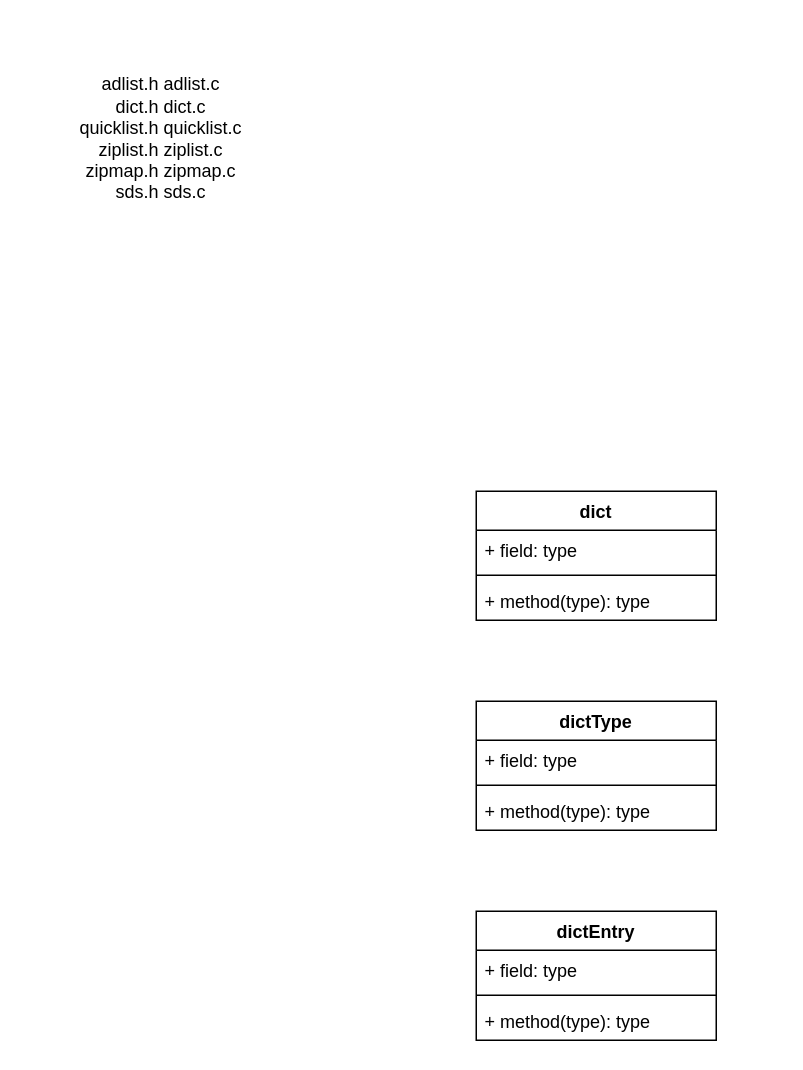
Before: page "ds & object" (3 of 7) of redis.drawio in tadsimons/draw, a draw.io diagram. Source tidied: cells renumbered, new cells numbered last; positions are measured from the earlier drawing's top-left corner, leaving out a move shared by most shapes. Both pictures are drawn from the tidied source at 150%, with x=0, y=0 at pixel (26, 26).
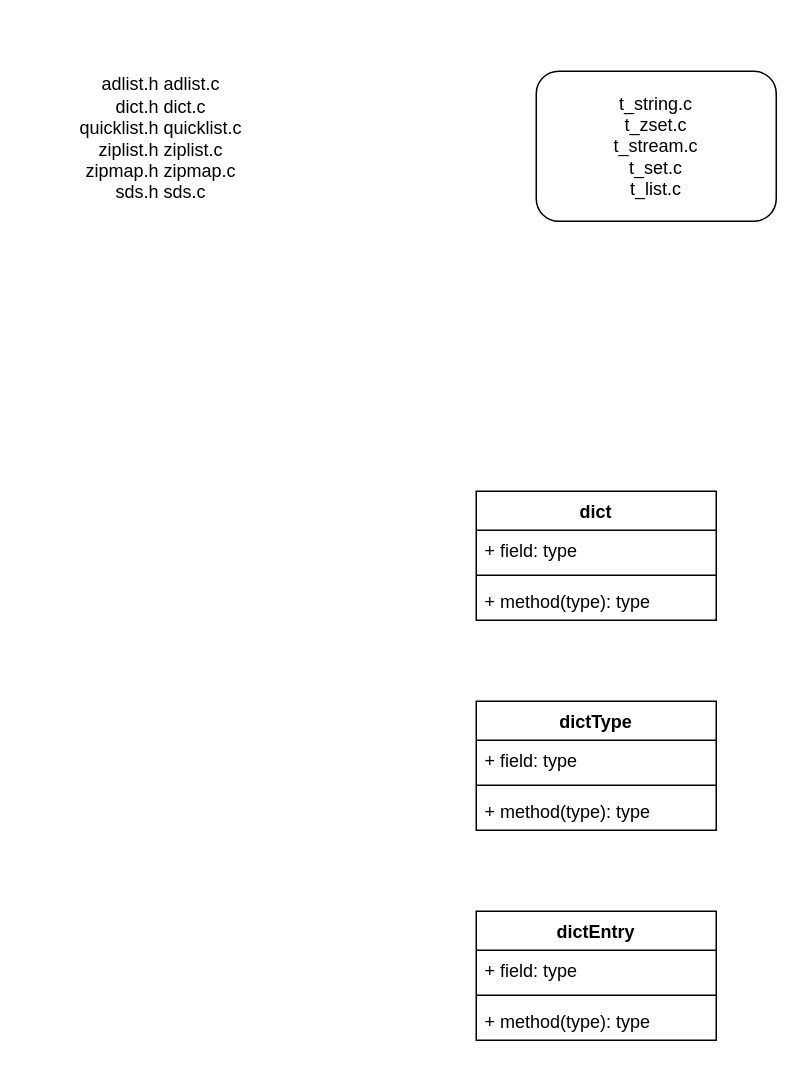
After the change.

The edit, as a diff of the source:
```diff
@@
 <mxGraphModel>
   <root>
     <mxCell id="0" />
     <mxCell id="1" parent="0" />
     <mxCell id="2" value="dict" style="swimlane;fontStyle=1;align=center;verticalAlign=top;horizontal=1;startSize=26;" parent="1" vertex="1">
       <mxGeometry x="300" y="310" width="160" height="86" as="geometry" />
     </mxCell>
     <mxCell id="3" value="+ field: type" style="text;strokeColor=none;fillColor=none;align=left;verticalAlign=top;spacingLeft=4;spacingRight=4;overflow=hidden;" parent="2" vertex="1">
       <mxGeometry y="26" width="160" height="26" as="geometry" />
     </mxCell>
     <mxCell id="4" style="line;strokeWidth=1;fillColor=none;align=left;verticalAlign=middle;spacingTop=-1;spacingLeft=3;spacingRight=3;labelPosition=right;" parent="2" vertex="1">
       <mxGeometry y="52" width="160" height="8" as="geometry" />
     </mxCell>
     <mxCell id="5" value="+ method(type): type" style="text;strokeColor=none;fillColor=none;align=left;verticalAlign=top;spacingLeft=4;spacingRight=4;overflow=hidden;" parent="2" vertex="1">
       <mxGeometry y="60" width="160" height="26" as="geometry" />
     </mxCell>
     <mxCell id="6" value="dictType" style="swimlane;fontStyle=1;align=center;verticalAlign=top;horizontal=1;startSize=26;" parent="1" vertex="1">
       <mxGeometry x="300" y="450" width="160" height="86" as="geometry" />
     </mxCell>
     <mxCell id="7" value="+ field: type" style="text;strokeColor=none;fillColor=none;align=left;verticalAlign=top;spacingLeft=4;spacingRight=4;overflow=hidden;" parent="6" vertex="1">
       <mxGeometry y="26" width="160" height="26" as="geometry" />
     </mxCell>
     <mxCell id="8" style="line;strokeWidth=1;fillColor=none;align=left;verticalAlign=middle;spacingTop=-1;spacingLeft=3;spacingRight=3;labelPosition=right;" parent="6" vertex="1">
       <mxGeometry y="52" width="160" height="8" as="geometry" />
     </mxCell>
     <mxCell id="9" value="+ method(type): type" style="text;strokeColor=none;fillColor=none;align=left;verticalAlign=top;spacingLeft=4;spacingRight=4;overflow=hidden;" parent="6" vertex="1">
       <mxGeometry y="60" width="160" height="26" as="geometry" />
     </mxCell>
     <mxCell id="10" value="dictEntry" style="swimlane;fontStyle=1;align=center;verticalAlign=top;horizontal=1;startSize=26;" parent="1" vertex="1">
       <mxGeometry x="300" y="590" width="160" height="86" as="geometry" />
     </mxCell>
     <mxCell id="11" value="+ field: type" style="text;strokeColor=none;fillColor=none;align=left;verticalAlign=top;spacingLeft=4;spacingRight=4;overflow=hidden;" parent="10" vertex="1">
       <mxGeometry y="26" width="160" height="26" as="geometry" />
     </mxCell>
     <mxCell id="12" style="line;strokeWidth=1;fillColor=none;align=left;verticalAlign=middle;spacingTop=-1;spacingLeft=3;spacingRight=3;labelPosition=right;" parent="10" vertex="1">
       <mxGeometry y="52" width="160" height="8" as="geometry" />
     </mxCell>
     <mxCell id="13" value="+ method(type): type" style="text;strokeColor=none;fillColor=none;align=left;verticalAlign=top;spacingLeft=4;spacingRight=4;overflow=hidden;" parent="10" vertex="1">
       <mxGeometry y="60" width="160" height="26" as="geometry" />
     </mxCell>
     <mxCell id="14" value="adlist.h adlist.c&lt;br&gt;dict.h dict.c&lt;br&gt;quicklist.h quicklist.c&lt;br&gt;ziplist.h ziplist.c&lt;br&gt;zipmap.h zipmap.c&lt;br&gt;sds.h sds.c" style="text;html=1;strokeColor=none;fillColor=none;align=center;verticalAlign=middle;whiteSpace=wrap;rounded=0;" parent="1" vertex="1">
       <mxGeometry width="180" height="150" as="geometry" />
     </mxCell>
+    <mxCell id="15" value="t_string.c&lt;br&gt;t_zset.c&lt;br&gt;t_stream.c&lt;br&gt;t_set.c&lt;br&gt;t_list.c&lt;br&gt;" style="rounded=1;whiteSpace=wrap;html=1;strokeColor=#000000;fillColor=#FFFFFF;" parent="1" vertex="1">
+      <mxGeometry x="340" y="30" width="160" height="100" as="geometry" />
+    </mxCell>
   </root>
 </mxGraphModel>
```
